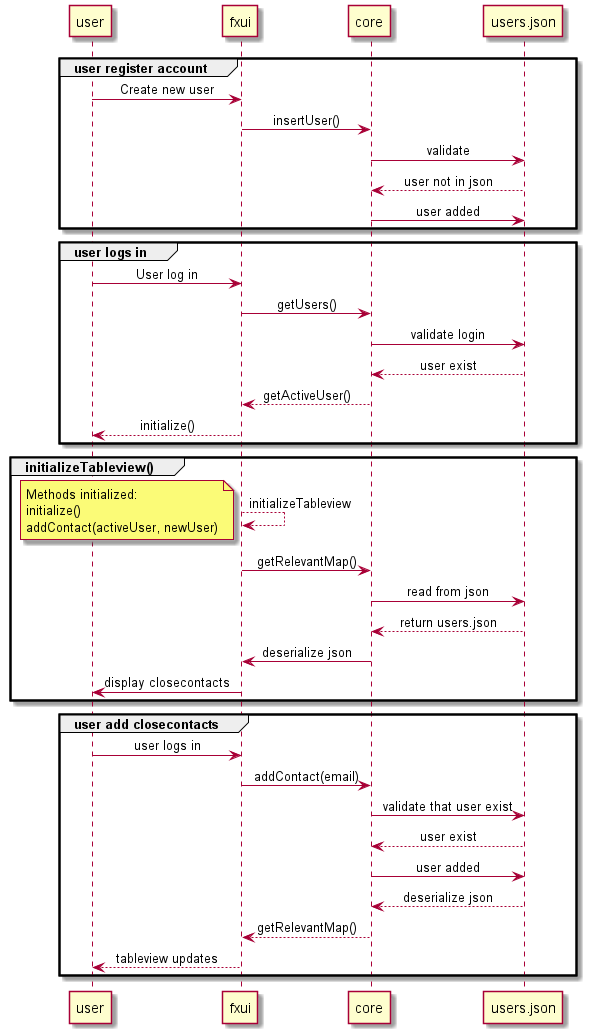
Before: out/Infectiontracer/docs/release2/diagrams/core/core.png, a diagram exported from PlantUML (Alexanderbrandhaug/InfectionTracerFX).
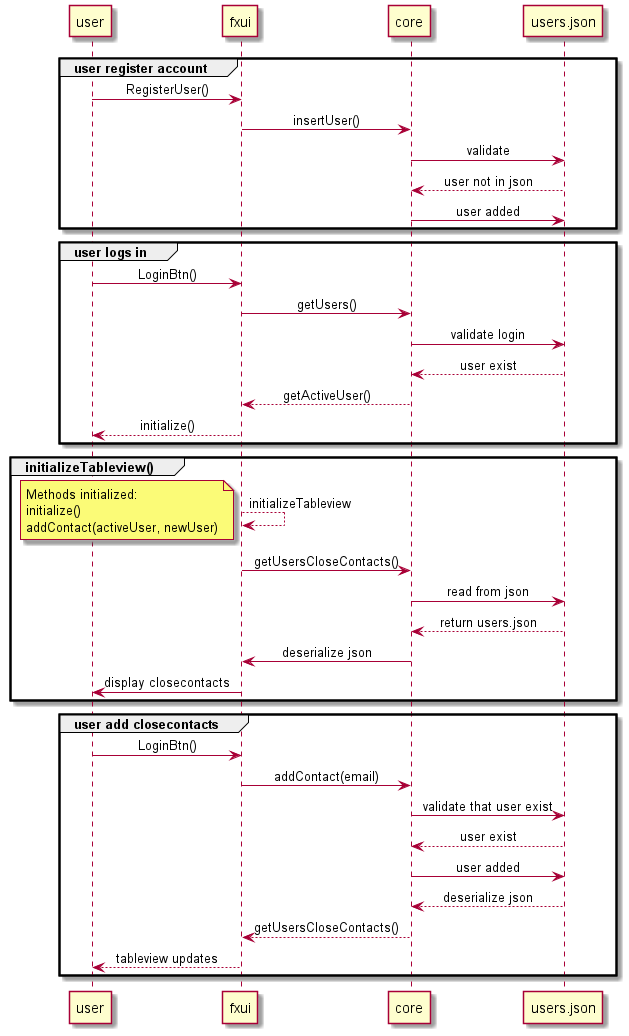
Above is the later version.

Change to the diagram source:
```diff
@@ -2,14 +2,14 @@
 
 skinparam SequenceMessageAlignment center
 group user register account
-user -> fxui: Create new user
+user -> fxui: RegisterUser()
 fxui -> core: insertUser()
 core -> users.json: validate
 users.json --> core: user not in json
 core -> users.json: user added
 end
 group user logs in
-user -> fxui: User log in
+user -> fxui: LoginBtn()
 fxui -> core: getUsers()
 core -> users.json:validate login
 users.json --> core: user exist
@@ -23,20 +23,20 @@
 initialize()
 addContact(activeUser, newUser)
 end note
-fxui -> core: getRelevantMap()
+fxui -> core: getUsersCloseContacts()
 core -> users.json: read from json
 users.json --> core: return users.json
 core -> fxui: deserialize json
 fxui -> user: display closecontacts
 end
 group user add closecontacts
-user -> fxui: user logs in
+user -> fxui: LoginBtn()
 fxui -> core: addContact(email)
 core -> users.json: validate that user exist
 users.json --> core: user exist
 core -> users.json: user added
 users.json --> core: deserialize json
-core --> fxui: getRelevantMap()
+core --> fxui: getUsersCloseContacts()
 fxui --> user: tableview updates
 end
 
```
